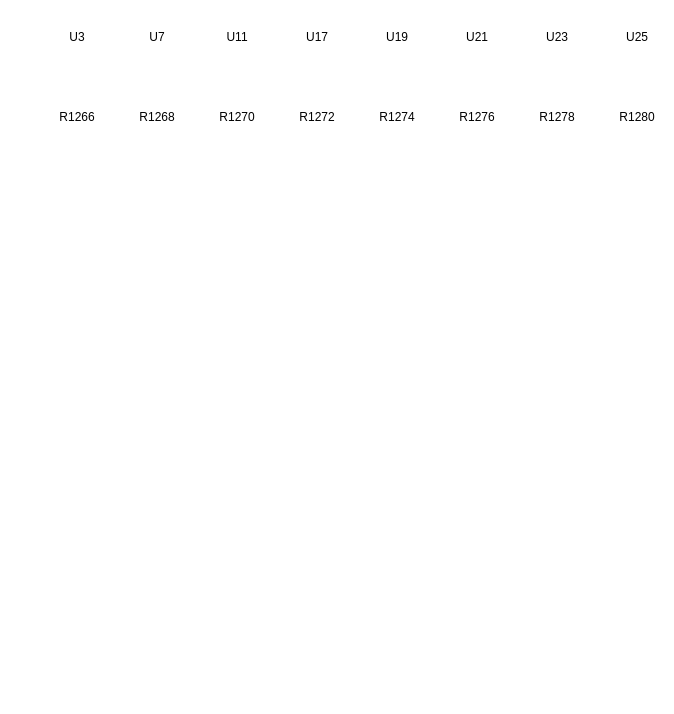
This is AI_QC.drawio from lkebnl/Draw_IO, a draw.io file, before an edit. Source tidied: cells renumbered, new cells numbered last; positions are measured from the earlier drawing's top-left corner, leaving out a move shared by most shapes. Both pictures are drawn from the tidied source at 100%, with x=0, y=0 at pixel (57, 17).
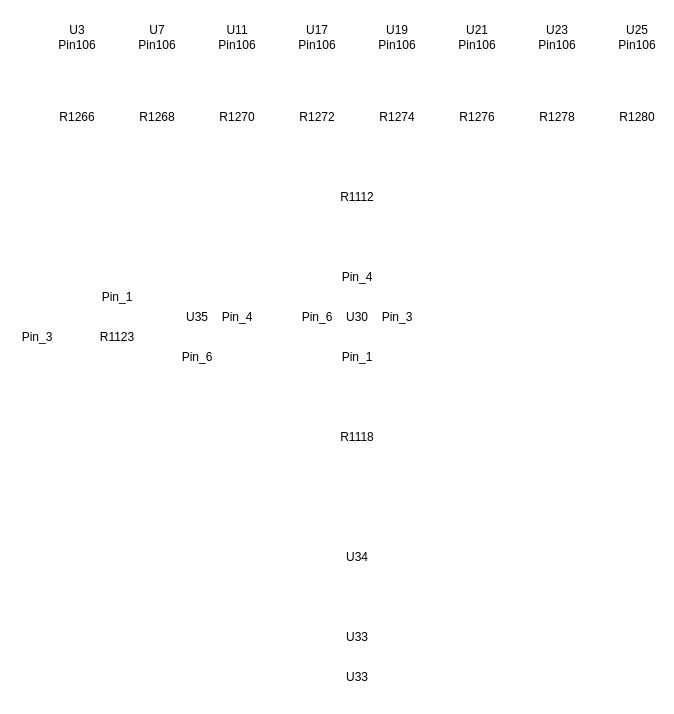
The same diagram, later.

The edit, as a diff of the source:
```diff
@@
-    <mxCell id="2" value="U3" style="text;html=1;align=center;verticalAlign=middle;whiteSpace=wrap;rounded=0;" parent="1" vertex="1">
+    <mxCell id="2" value="U3&lt;div&gt;Pin106&lt;/div&gt;" style="text;html=1;align=center;verticalAlign=middle;whiteSpace=wrap;rounded=0;" parent="1" vertex="1">
       <mxGeometry width="40" height="40" as="geometry" />
     </mxCell>
-    <mxCell id="3" value="U7" style="text;html=1;align=center;verticalAlign=middle;whiteSpace=wrap;rounded=0;" parent="1" vertex="1">
+    <mxCell id="3" value="U7&lt;div&gt;Pin106&lt;/div&gt;" style="text;html=1;align=center;verticalAlign=middle;whiteSpace=wrap;rounded=0;" parent="1" vertex="1">
       <mxGeometry x="80" width="40" height="40" as="geometry" />
     </mxCell>
-    <mxCell id="4" value="U11" style="text;html=1;align=center;verticalAlign=middle;whiteSpace=wrap;rounded=0;" parent="1" vertex="1">
+    <mxCell id="4" value="U11&lt;div&gt;Pin106&lt;/div&gt;" style="text;html=1;align=center;verticalAlign=middle;whiteSpace=wrap;rounded=0;" parent="1" vertex="1">
       <mxGeometry x="160" width="40" height="40" as="geometry" />
     </mxCell>
-    <mxCell id="5" value="U17" style="text;html=1;align=center;verticalAlign=middle;whiteSpace=wrap;rounded=0;" parent="1" vertex="1">
+    <mxCell id="5" value="U17&lt;div&gt;Pin106&lt;/div&gt;" style="text;html=1;align=center;verticalAlign=middle;whiteSpace=wrap;rounded=0;" parent="1" vertex="1">
       <mxGeometry x="240" width="40" height="40" as="geometry" />
     </mxCell>
-    <mxCell id="6" value="U19" style="text;html=1;align=center;verticalAlign=middle;whiteSpace=wrap;rounded=0;" parent="1" vertex="1">
+    <mxCell id="6" value="U19&lt;div&gt;Pin106&lt;/div&gt;" style="text;html=1;align=center;verticalAlign=middle;whiteSpace=wrap;rounded=0;" parent="1" vertex="1">
       <mxGeometry x="320" width="40" height="40" as="geometry" />
     </mxCell>
@@
-    <mxCell id="12" value="U21" style="text;html=1;align=center;verticalAlign=middle;whiteSpace=wrap;rounded=0;" parent="1" vertex="1">
+    <mxCell id="12" value="U21&lt;div&gt;Pin106&lt;/div&gt;" style="text;html=1;align=center;verticalAlign=middle;whiteSpace=wrap;rounded=0;" parent="1" vertex="1">
       <mxGeometry x="400" width="40" height="40" as="geometry" />
     </mxCell>
@@
-    <mxCell id="14" value="U23" style="text;html=1;align=center;verticalAlign=middle;whiteSpace=wrap;rounded=0;" parent="1" vertex="1">
+    <mxCell id="14" value="U23&lt;div&gt;Pin106&lt;/div&gt;" style="text;html=1;align=center;verticalAlign=middle;whiteSpace=wrap;rounded=0;" parent="1" vertex="1">
       <mxGeometry x="480" width="40" height="40" as="geometry" />
     </mxCell>
@@
-    <mxCell id="16" value="U25" style="text;html=1;align=center;verticalAlign=middle;whiteSpace=wrap;rounded=0;" parent="1" vertex="1">
+    <mxCell id="16" value="U25&lt;div&gt;Pin106&lt;/div&gt;" style="text;html=1;align=center;verticalAlign=middle;whiteSpace=wrap;rounded=0;" parent="1" vertex="1">
       <mxGeometry x="560" width="40" height="40" as="geometry" />
     </mxCell>
@@
+    <mxCell id="18" value="R1112" style="text;html=1;align=center;verticalAlign=middle;whiteSpace=wrap;rounded=0;" parent="1" vertex="1">
+      <mxGeometry x="280" y="160" width="40" height="40" as="geometry" />
+    </mxCell>
+    <mxCell id="19" value="U30" style="text;html=1;align=center;verticalAlign=middle;whiteSpace=wrap;rounded=0;" parent="1" vertex="1">
+      <mxGeometry x="280" y="280" width="40" height="40" as="geometry" />
+    </mxCell>
+    <mxCell id="20" value="R1118" style="text;html=1;align=center;verticalAlign=middle;whiteSpace=wrap;rounded=0;" parent="1" vertex="1">
+      <mxGeometry x="280" y="400" width="40" height="40" as="geometry" />
+    </mxCell>
+    <mxCell id="21" value="U34" style="text;html=1;align=center;verticalAlign=middle;whiteSpace=wrap;rounded=0;" parent="1" vertex="1">
+      <mxGeometry x="280" y="520" width="40" height="40" as="geometry" />
+    </mxCell>
+    <mxCell id="22" value="U33" style="text;html=1;align=center;verticalAlign=middle;whiteSpace=wrap;rounded=0;" parent="1" vertex="1">
+      <mxGeometry x="280" y="600" width="40" height="40" as="geometry" />
+    </mxCell>
+    <mxCell id="23" value="U33" style="text;html=1;align=center;verticalAlign=middle;whiteSpace=wrap;rounded=0;" parent="1" vertex="1">
+      <mxGeometry x="280" y="640" width="40" height="40" as="geometry" />
+    </mxCell>
+    <mxCell id="24" value="U35" style="text;html=1;align=center;verticalAlign=middle;whiteSpace=wrap;rounded=0;" parent="1" vertex="1">
+      <mxGeometry x="120" y="280" width="40" height="40" as="geometry" />
+    </mxCell>
+    <mxCell id="25" value="R1123" style="text;html=1;align=center;verticalAlign=middle;whiteSpace=wrap;rounded=0;" parent="1" vertex="1">
+      <mxGeometry x="40" y="300" width="40" height="40" as="geometry" />
+    </mxCell>
+    <mxCell id="26" value="Pin_4" style="text;html=1;align=center;verticalAlign=middle;whiteSpace=wrap;rounded=0;" parent="1" vertex="1">
+      <mxGeometry x="280" y="240" width="40" height="40" as="geometry" />
+    </mxCell>
+    <mxCell id="27" value="Pin_6" style="text;html=1;align=center;verticalAlign=middle;whiteSpace=wrap;rounded=0;" parent="1" vertex="1">
+      <mxGeometry x="240" y="280" width="40" height="40" as="geometry" />
+    </mxCell>
+    <mxCell id="28" value="Pin_4" style="text;html=1;align=center;verticalAlign=middle;whiteSpace=wrap;rounded=0;" parent="1" vertex="1">
+      <mxGeometry x="160" y="280" width="40" height="40" as="geometry" />
+    </mxCell>
+    <mxCell id="29" value="Pin_1" style="text;html=1;align=center;verticalAlign=middle;whiteSpace=wrap;rounded=0;" parent="1" vertex="1">
+      <mxGeometry x="280" y="320" width="40" height="40" as="geometry" />
+    </mxCell>
+    <mxCell id="30" value="Pin_3" style="text;html=1;align=center;verticalAlign=middle;whiteSpace=wrap;rounded=0;" parent="1" vertex="1">
+      <mxGeometry x="320" y="280" width="40" height="40" as="geometry" />
+    </mxCell>
+    <mxCell id="31" value="Pin_6" style="text;html=1;align=center;verticalAlign=middle;whiteSpace=wrap;rounded=0;" parent="1" vertex="1">
+      <mxGeometry x="120" y="320" width="40" height="40" as="geometry" />
+    </mxCell>
+    <mxCell id="32" value="Pin_1" style="text;html=1;align=center;verticalAlign=middle;whiteSpace=wrap;rounded=0;" parent="1" vertex="1">
+      <mxGeometry x="40" y="260" width="40" height="40" as="geometry" />
+    </mxCell>
+    <mxCell id="33" value="Pin_3" style="text;html=1;align=center;verticalAlign=middle;whiteSpace=wrap;rounded=0;" parent="1" vertex="1">
+      <mxGeometry x="-40" y="300" width="40" height="40" as="geometry" />
+    </mxCell>
```
